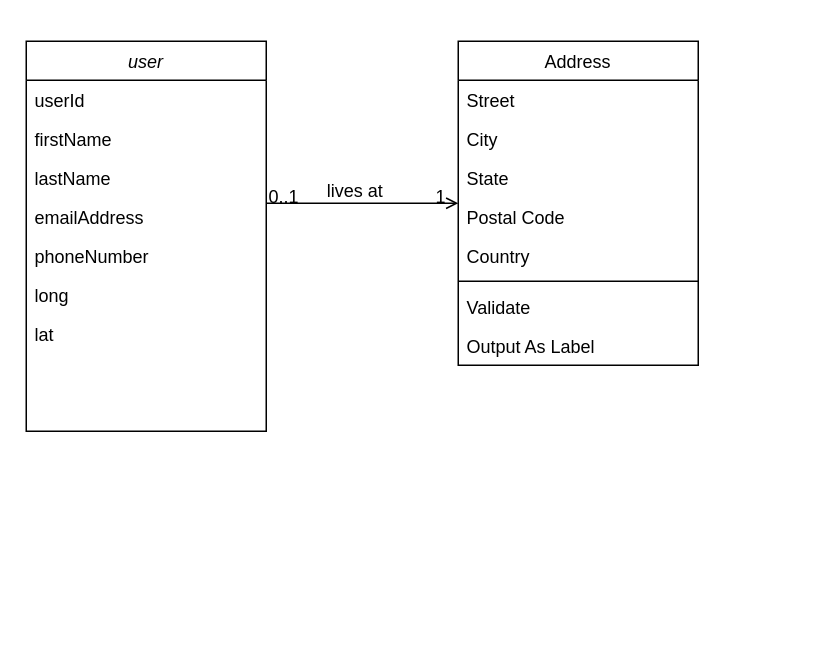
The draw.io diagram Untitled Diagram.drawio in FotieMConstant/dev-around, before the edit. Source tidied: cells renumbered, new cells numbered last; positions are measured from the earlier drawing's top-left corner, leaving out a move shared by most shapes. Both pictures are drawn from the tidied source at 150%, with x=0, y=0 at pixel (26, 40).
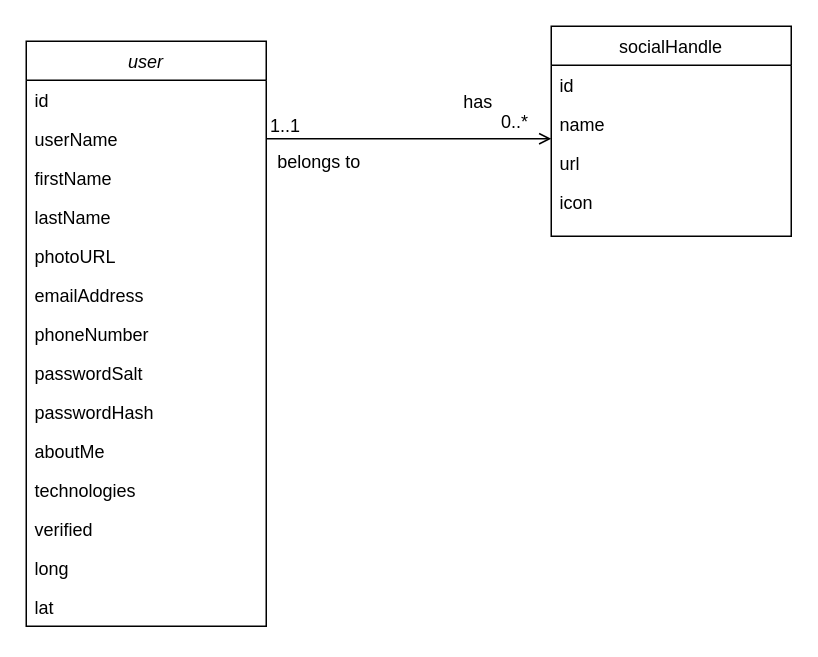
The same diagram, later.

The change refers to these unchanged cells:
```xml
<mxCell id="19" style="endArrow=open;shadow=0;strokeWidth=1;rounded=0;endFill=1;edgeStyle=elbowEdgeStyle;elbow=vertical;" parent="1" edge="1" source="2" target="10">
  <mxGeometry x="0.5" y="41" relative="1" as="geometry">
    <mxPoint x="-40" y="32" as="offset" />
  </mxGeometry>
</mxCell>
```

What changed in the source:
```diff
@@
-<mxGraphModel>
+<mxGraphModel background="#ffffff">
@@
     <mxCell id="2" value="user" style="swimlane;fontStyle=2;align=center;verticalAlign=top;horizontal=1;startSize=26;rounded=0;shadow=0;strokeWidth=1;" parent="1" vertex="1">
-      <mxGeometry width="160" height="260" as="geometry" />
+      <mxGeometry width="160" height="390" as="geometry" />
     </mxCell>
-    <mxCell id="3" value="userId" style="text;align=left;verticalAlign=top;spacingLeft=4;spacingRight=4;overflow=hidden;" parent="2" vertex="1">
+    <mxCell id="3" value="id" style="text;align=left;verticalAlign=top;spacingLeft=4;spacingRight=4;overflow=hidden;" parent="2" vertex="1">
       <mxGeometry y="26" width="160" height="26" as="geometry" />
     </mxCell>
+    <mxCell id="23" value="userName" style="text;align=left;verticalAlign=top;spacingLeft=4;spacingRight=4;overflow=hidden;" parent="2" vertex="1">
+      <mxGeometry y="52" width="160" height="26" as="geometry" />
+    </mxCell>
     <mxCell id="4" value="firstName" style="text;align=left;verticalAlign=top;spacingLeft=4;spacingRight=4;overflow=hidden;" parent="2" vertex="1">
-      <mxGeometry y="52" width="160" height="26" as="geometry" />
+      <mxGeometry y="78" width="160" height="26" as="geometry" />
     </mxCell>
     <mxCell id="5" value="lastName" style="text;align=left;verticalAlign=top;spacingLeft=4;spacingRight=4;overflow=hidden;rounded=0;shadow=0;html=0;" parent="2" vertex="1">
-      <mxGeometry y="78" width="160" height="26" as="geometry" />
+      <mxGeometry y="104" width="160" height="26" as="geometry" />
     </mxCell>
+    <mxCell id="24" value="photoURL" style="text;align=left;verticalAlign=top;spacingLeft=4;spacingRight=4;overflow=hidden;rounded=0;shadow=0;html=0;" parent="2" vertex="1">
+      <mxGeometry y="130" width="160" height="26" as="geometry" />
+    </mxCell>
     <mxCell id="6" value="emailAddress" style="text;align=left;verticalAlign=top;spacingLeft=4;spacingRight=4;overflow=hidden;rounded=0;shadow=0;html=0;" parent="2" vertex="1">
-      <mxGeometry y="104" width="160" height="26" as="geometry" />
+      <mxGeometry y="156" width="160" height="26" as="geometry" />
     </mxCell>
     <mxCell id="7" value="phoneNumber" style="text;align=left;verticalAlign=top;spacingLeft=4;spacingRight=4;overflow=hidden;rounded=0;shadow=0;html=0;" parent="2" vertex="1">
-      <mxGeometry y="130" width="160" height="26" as="geometry" />
+      <mxGeometry y="182" width="160" height="26" as="geometry" />
     </mxCell>
+    <mxCell id="25" value="passwordSalt" style="text;align=left;verticalAlign=top;spacingLeft=4;spacingRight=4;overflow=hidden;rounded=0;shadow=0;html=0;" parent="2" vertex="1">
+      <mxGeometry y="208" width="160" height="26" as="geometry" />
+    </mxCell>
+    <mxCell id="26" value="passwordHash" style="text;align=left;verticalAlign=top;spacingLeft=4;spacingRight=4;overflow=hidden;rounded=0;shadow=0;html=0;" parent="2" vertex="1">
+      <mxGeometry y="234" width="160" height="26" as="geometry" />
+    </mxCell>
+    <mxCell id="27" value="aboutMe" style="text;align=left;verticalAlign=top;spacingLeft=4;spacingRight=4;overflow=hidden;rounded=0;shadow=0;html=0;" parent="2" vertex="1">
+      <mxGeometry y="260" width="160" height="26" as="geometry" />
+    </mxCell>
+    <mxCell id="28" value="technologies" style="text;align=left;verticalAlign=top;spacingLeft=4;spacingRight=4;overflow=hidden;rounded=0;shadow=0;html=0;" parent="2" vertex="1">
+      <mxGeometry y="286" width="160" height="26" as="geometry" />
+    </mxCell>
+    <mxCell id="29" value="verified" style="text;align=left;verticalAlign=top;spacingLeft=4;spacingRight=4;overflow=hidden;rounded=0;shadow=0;html=0;" parent="2" vertex="1">
+      <mxGeometry y="312" width="160" height="26" as="geometry" />
+    </mxCell>
     <mxCell id="8" value="long" style="text;align=left;verticalAlign=top;spacingLeft=4;spacingRight=4;overflow=hidden;rounded=0;shadow=0;html=0;" parent="2" vertex="1">
-      <mxGeometry y="156" width="160" height="26" as="geometry" />
+      <mxGeometry y="338" width="160" height="26" as="geometry" />
     </mxCell>
     <mxCell id="9" value="lat" style="text;align=left;verticalAlign=top;spacingLeft=4;spacingRight=4;overflow=hidden;rounded=0;shadow=0;html=0;" parent="2" vertex="1">
-      <mxGeometry y="182" width="160" height="26" as="geometry" />
+      <mxGeometry y="364" width="160" height="26" as="geometry" />
     </mxCell>
-    <mxCell id="10" value="Address" style="swimlane;fontStyle=0;align=center;verticalAlign=top;horizontal=1;startSize=26;rounded=0;shadow=0;strokeWidth=1;" parent="1" vertex="1">
-      <mxGeometry x="288" width="160" height="216" as="geometry" />
+    <mxCell id="10" value="socialHandle" style="swimlane;fontStyle=0;align=center;verticalAlign=top;horizontal=1;startSize=26;rounded=0;shadow=0;strokeWidth=1;" parent="1" vertex="1">
+      <mxGeometry x="350" y="-10" width="160" height="140" as="geometry" />
     </mxCell>
-    <mxCell id="11" value="Street" style="text;align=left;verticalAlign=top;spacingLeft=4;spacingRight=4;overflow=hidden;" parent="10" vertex="1">
+    <mxCell id="11" value="id" style="text;align=left;verticalAlign=top;spacingLeft=4;spacingRight=4;overflow=hidden;" parent="10" vertex="1">
       <mxGeometry y="26" width="160" height="26" as="geometry" />
     </mxCell>
-    <mxCell id="12" value="City" style="text;align=left;verticalAlign=top;spacingLeft=4;spacingRight=4;overflow=hidden;rounded=0;shadow=0;html=0;" parent="10" vertex="1">
+    <mxCell id="12" value="name" style="text;align=left;verticalAlign=top;spacingLeft=4;spacingRight=4;overflow=hidden;rounded=0;shadow=0;html=0;" parent="10" vertex="1">
       <mxGeometry y="52" width="160" height="26" as="geometry" />
     </mxCell>
-    <mxCell id="13" value="State" style="text;align=left;verticalAlign=top;spacingLeft=4;spacingRight=4;overflow=hidden;rounded=0;shadow=0;html=0;" parent="10" vertex="1">
-      <mxGeometry y="78" width="160" height="26" as="geometry" />
-    </mxCell>
-    <mxCell id="14" value="Postal Code" style="text;align=left;verticalAlign=top;spacingLeft=4;spacingRight=4;overflow=hidden;rounded=0;shadow=0;html=0;" parent="10" vertex="1">
-      <mxGeometry y="104" width="160" height="26" as="geometry" />
+    <mxCell id="14" value="url" style="text;align=left;verticalAlign=top;spacingLeft=4;spacingRight=4;overflow=hidden;rounded=0;shadow=0;html=0;" parent="10" vertex="1">
+      <mxGeometry y="78" width="160" height="26" as="geometry" />
     </mxCell>
-    <mxCell id="15" value="Country" style="text;align=left;verticalAlign=top;spacingLeft=4;spacingRight=4;overflow=hidden;rounded=0;shadow=0;html=0;" parent="10" vertex="1">
-      <mxGeometry y="130" width="160" height="26" as="geometry" />
+    <mxCell id="15" value="icon" style="text;align=left;verticalAlign=top;spacingLeft=4;spacingRight=4;overflow=hidden;rounded=0;shadow=0;html=0;" parent="10" vertex="1">
+      <mxGeometry y="104" width="160" height="26" as="geometry" />
     </mxCell>
-    <mxCell id="16" style="line;html=1;strokeWidth=1;align=left;verticalAlign=middle;spacingTop=-1;spacingLeft=3;spacingRight=3;labelPosition=right;" parent="10" vertex="1">
-      <mxGeometry y="156" width="160" height="8" as="geometry" />
-    </mxCell>
-    <mxCell id="17" value="Validate" style="text;align=left;verticalAlign=top;spacingLeft=4;spacingRight=4;overflow=hidden;" parent="10" vertex="1">
-      <mxGeometry y="164" width="160" height="26" as="geometry" />
-    </mxCell>
-    <mxCell id="18" value="Output As Label" style="text;align=left;verticalAlign=top;spacingLeft=4;spacingRight=4;overflow=hidden;" parent="10" vertex="1">
-      <mxGeometry y="190" width="160" height="26" as="geometry" />
-    </mxCell>
@@
-    <mxCell id="20" value="0..1" style="align=left;verticalAlign=bottom;labelBackgroundColor=none;fontSize=12;" parent="19" vertex="1">
+    <mxCell id="20" value="1..1" style="align=left;verticalAlign=bottom;labelBackgroundColor=none;fontSize=12;" parent="19" vertex="1">
       <mxGeometry x="-1" relative="1" as="geometry">
-        <mxPoint y="4" as="offset" />
+        <mxPoint x="1" as="offset" />
       </mxGeometry>
     </mxCell>
-    <mxCell id="21" value="1" style="align=right;verticalAlign=bottom;labelBackgroundColor=none;fontSize=12;" parent="19" vertex="1">
+    <mxCell id="21" value="0..*" style="align=right;verticalAlign=bottom;labelBackgroundColor=none;fontSize=12;" parent="19" vertex="1">
       <mxGeometry x="1" relative="1" as="geometry">
-        <mxPoint x="-7" y="4" as="offset" />
+        <mxPoint x="-14" y="-3" as="offset" />
       </mxGeometry>
     </mxCell>
-    <mxCell id="22" value="lives at" style="text;html=1;align=center;verticalAlign=middle;labelBackgroundColor=none;rounded=0;shadow=0;strokeWidth=1;fontSize=12;" parent="19" vertex="1">
+    <mxCell id="22" value="has" style="text;html=1;align=center;verticalAlign=middle;labelBackgroundColor=none;rounded=0;shadow=0;strokeWidth=1;fontSize=12;" parent="19" vertex="1">
       <mxGeometry x="0.5" y="49" relative="1" as="geometry">
-        <mxPoint x="-38" y="40" as="offset" />
+        <mxPoint x="-3" y="24" as="offset" />
       </mxGeometry>
     </mxCell>
+    <mxCell id="30" value="belongs to" style="text;html=1;align=center;verticalAlign=middle;labelBackgroundColor=none;rounded=0;shadow=0;strokeWidth=1;fontSize=12;" parent="19" vertex="1">
+      <mxGeometry x="0.5" y="49" relative="1" as="geometry">
+        <mxPoint x="-109" y="64" as="offset" />
+      </mxGeometry>
+    </mxCell>
```
